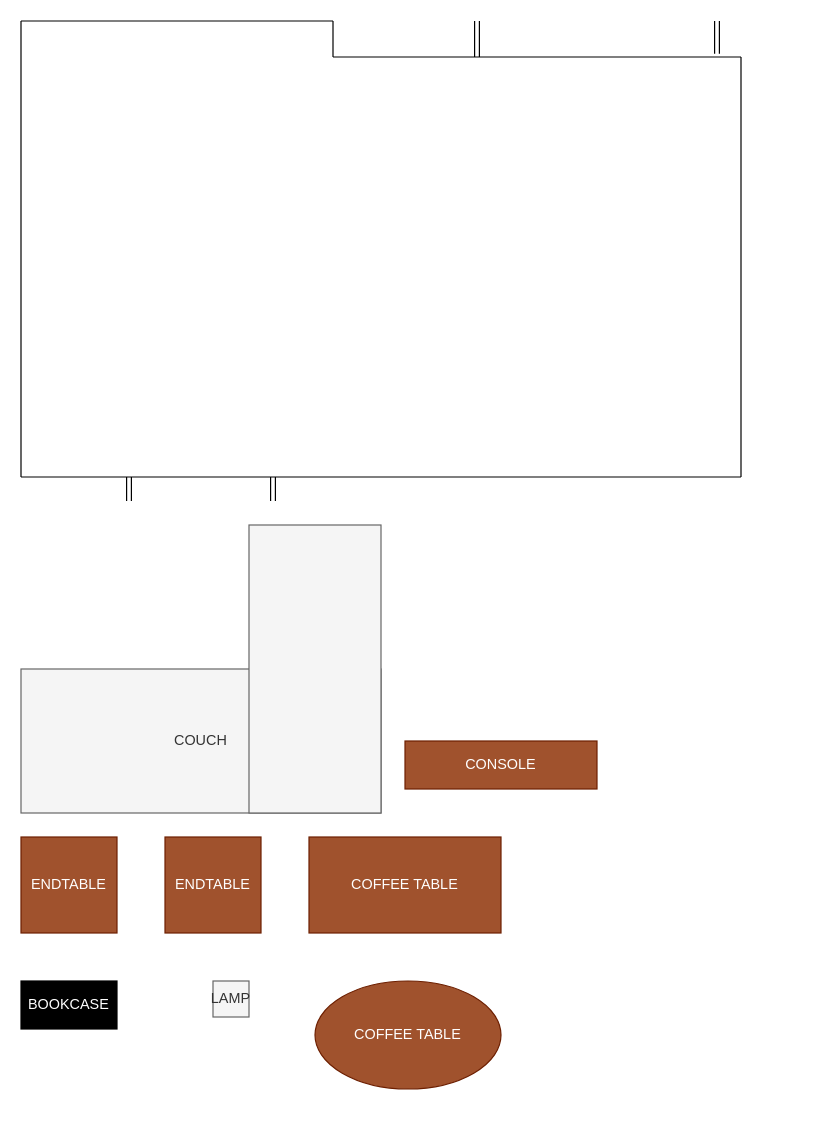
rubenflamshepherd/floorplan_livingroom keeps this draw.io diagram as template.drawio. Above is the earlier version. Source tidied: cells renumbered, new cells numbered last; positions are measured from the earlier drawing's top-left corner, leaving out a move shared by most shapes. Both pictures are drawn from the tidied source at 120%, with x=0, y=0 at pixel (20, 20).
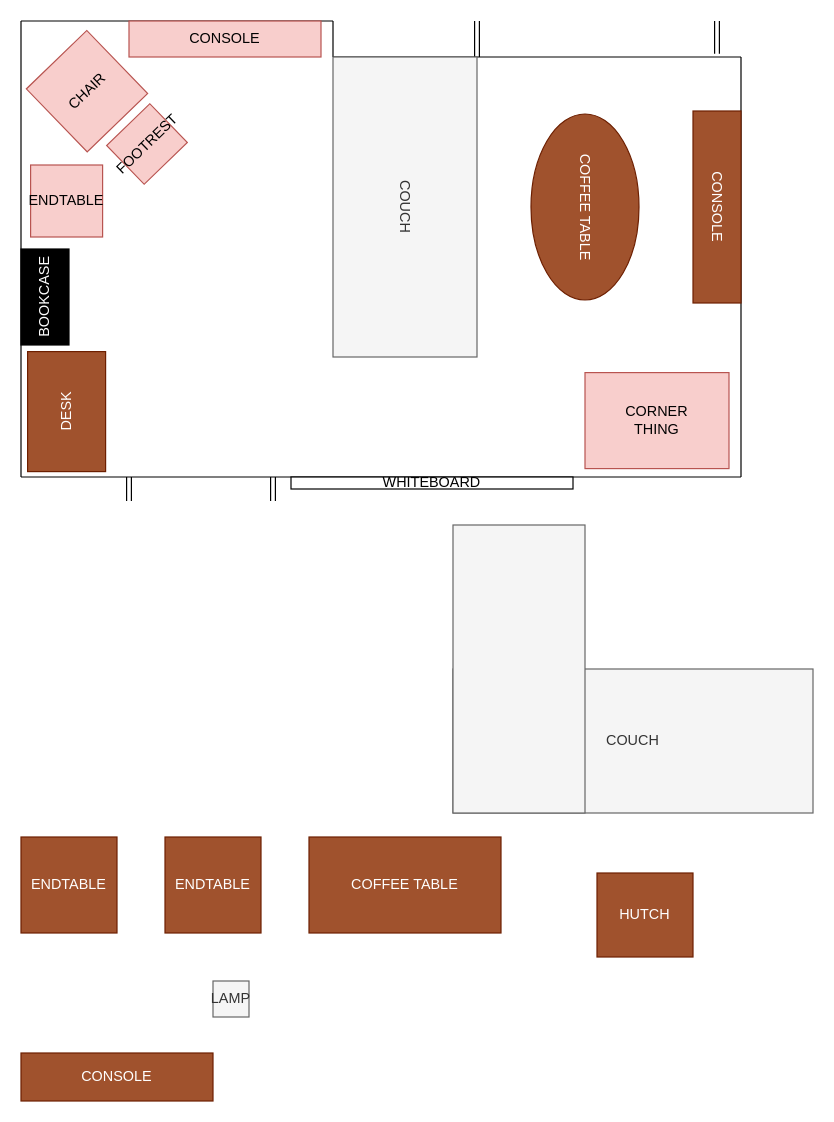
After the change.

What changed in the source:
```diff
@@
     <mxCell id="2" style="group;" parent="1" vertex="1">
-      <mxGeometry width="600" height="400" as="geometry" />
+      <mxGeometry width="650" height="400" as="geometry" />
     </mxCell>
@@
-    <mxCell id="13" style="group;" parent="1" vertex="1">
-      <mxGeometry y="420" width="300" height="240" as="geometry" />
+    <mxCell id="13" style="group;rotation=90;" parent="2" vertex="1">
+      <mxGeometry x="230" y="60" width="317.5" height="240" as="geometry" />
     </mxCell>
-    <mxCell id="14" value="COUCH" style="rounded=0;whiteSpace=wrap;html=1;fillColor=#f5f5f5;strokeColor=#666666;fontColor=#333333;" parent="13" vertex="1">
-      <mxGeometry y="120" width="300" height="120" as="geometry" />
+    <mxCell id="14" value="COUCH" style="rounded=0;whiteSpace=wrap;html=1;fillColor=#f5f5f5;strokeColor=#666666;fontColor=#333333;rotation=90;" parent="13" vertex="1">
+      <mxGeometry x="-35" y="35" width="250" height="120" as="geometry" />
     </mxCell>
-    <mxCell id="15" style="rounded=0;whiteSpace=wrap;html=1;fillColor=#f5f5f5;strokeColor=#666666;fontColor=#333333;" parent="13" vertex="1">
-      <mxGeometry x="190" width="110" height="240" as="geometry" />
-    </mxCell>
+    <mxCell id="21" value="COFFEE TABLE" style="ellipse;whiteSpace=wrap;html=1;fillColor=#a0522d;strokeColor=#6D1F00;fontColor=#ffffff;rotation=90;" parent="13" vertex="1">
+      <mxGeometry x="162.5" y="50" width="155" height="90" as="geometry" />
+    </mxCell>
+    <mxCell id="23" value="CONSOLE" style="rounded=0;whiteSpace=wrap;html=1;fillColor=#f8cecc;strokeColor=#b85450;" parent="2" vertex="1">
+      <mxGeometry x="90" width="160" height="30" as="geometry" />
+    </mxCell>
+    <mxCell id="24" value="CHAIR" style="rounded=0;whiteSpace=wrap;html=1;fillColor=#f8cecc;strokeColor=#b85450;rotation=-44;" parent="2" vertex="1">
+      <mxGeometry x="20" y="22" width="70" height="73" as="geometry" />
+    </mxCell>
+    <mxCell id="25" value="FOOTREST" style="rounded=0;whiteSpace=wrap;html=1;fillColor=#f8cecc;strokeColor=#b85450;rotation=-44;" parent="2" vertex="1">
+      <mxGeometry x="80" y="80" width="50" height="45" as="geometry" />
+    </mxCell>
+    <mxCell id="26" value="CONSOLE" style="rounded=0;whiteSpace=wrap;html=1;fillColor=#a0522d;strokeColor=#6D1F00;fontColor=#ffffff;rotation=90;" parent="2" vertex="1">
+      <mxGeometry x="500" y="135" width="160" height="40" as="geometry" />
+    </mxCell>
+    <mxCell id="27" value="DESK" style="rounded=0;whiteSpace=wrap;html=1;fillColor=#a0522d;strokeColor=#6D1F00;fontColor=#ffffff;rotation=-90;" parent="2" vertex="1">
+      <mxGeometry x="-12" y="293" width="100" height="65" as="geometry" />
+    </mxCell>
+    <mxCell id="28" value="ENDTABLE" style="rounded=0;whiteSpace=wrap;html=1;fillColor=#f8cecc;strokeColor=#b85450;" parent="2" vertex="1">
+      <mxGeometry x="8" y="120" width="60" height="60" as="geometry" />
+    </mxCell>
+    <mxCell id="19" value="&lt;font color=&quot;#ffffff&quot;&gt;BOOKCASE&lt;/font&gt;" style="rounded=0;whiteSpace=wrap;html=1;fillColor=#000000;rotation=-90;" parent="2" vertex="1">
+      <mxGeometry x="-20" y="210" width="80" height="40" as="geometry" />
+    </mxCell>
+    <mxCell id="29" value="CORNER&lt;br&gt;THING" style="rounded=0;whiteSpace=wrap;html=1;fillColor=#f8cecc;strokeColor=#b85450;" parent="2" vertex="1">
+      <mxGeometry x="470" y="293" width="120" height="80" as="geometry" />
+    </mxCell>
@@
-    <mxCell id="19" value="&lt;font color=&quot;#ffffff&quot;&gt;BOOKCASE&lt;/font&gt;" style="rounded=0;whiteSpace=wrap;html=1;fillColor=#000000;" parent="1" vertex="1">
-      <mxGeometry y="800" width="80" height="40" as="geometry" />
-    </mxCell>
@@
-    <mxCell id="21" value="COFFEE TABLE" style="ellipse;whiteSpace=wrap;html=1;fillColor=#a0522d;strokeColor=#6D1F00;fontColor=#ffffff;" parent="1" vertex="1">
-      <mxGeometry x="245" y="800" width="155" height="90" as="geometry" />
-    </mxCell>
     <mxCell id="22" value="CONSOLE" style="rounded=0;whiteSpace=wrap;html=1;fillColor=#a0522d;strokeColor=#6D1F00;fontColor=#ffffff;" parent="1" vertex="1">
-      <mxGeometry x="320" y="600" width="160" height="40" as="geometry" />
+      <mxGeometry y="860" width="160" height="40" as="geometry" />
     </mxCell>
+    <mxCell id="30" style="group;" parent="1" vertex="1">
+      <mxGeometry x="360" y="420" width="300" height="240" as="geometry" />
+    </mxCell>
+    <mxCell id="31" style="group;" parent="30" vertex="1">
+      <mxGeometry width="300" height="240" as="geometry" />
+    </mxCell>
+    <mxCell id="32" value="COUCH" style="rounded=0;whiteSpace=wrap;html=1;fillColor=#f5f5f5;strokeColor=#666666;fontColor=#333333;" parent="31" vertex="1">
+      <mxGeometry y="120" width="300" height="120" as="geometry" />
+    </mxCell>
+    <mxCell id="33" style="rounded=0;whiteSpace=wrap;html=1;fillColor=#f5f5f5;strokeColor=#666666;fontColor=#333333;" parent="31" vertex="1">
+      <mxGeometry width="110" height="240" as="geometry" />
+    </mxCell>
+    <mxCell id="34" value="WHITEBOARD" style="rounded=0;whiteSpace=wrap;html=1;" parent="1" vertex="1">
+      <mxGeometry x="225" y="380" width="235" height="10" as="geometry" />
+    </mxCell>
+    <mxCell id="35" value="HUTCH" style="rounded=0;whiteSpace=wrap;html=1;fillColor=#a0522d;strokeColor=#6D1F00;fontColor=#ffffff;" parent="1" vertex="1">
+      <mxGeometry x="480" y="710" width="80" height="70" as="geometry" />
+    </mxCell>
```
